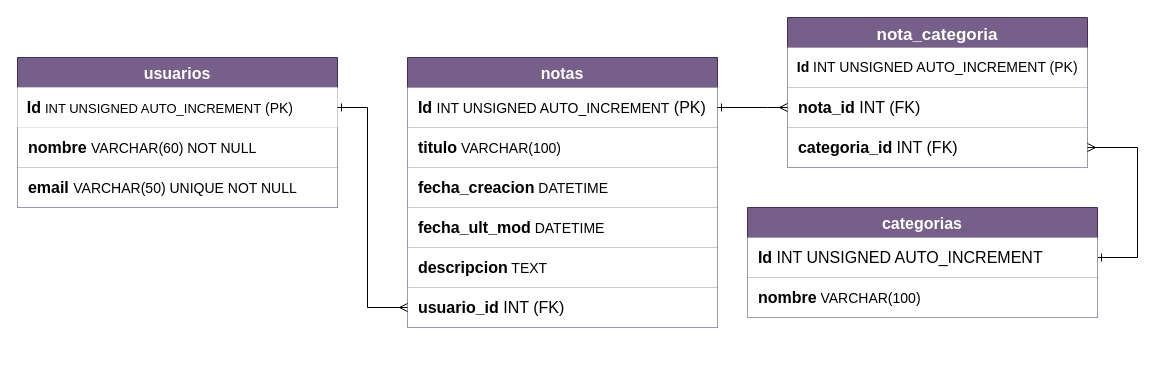
Above: notas_db.drawio in TatianaLeal1125/relationalDB (draw.io), before the change. Source tidied: cells renumbered, new cells numbered last; positions are measured from the earlier drawing's top-left corner, leaving out a move shared by most shapes. Both pictures are drawn from the tidied source at 100%, with x=0, y=0 at pixel (17, 17).
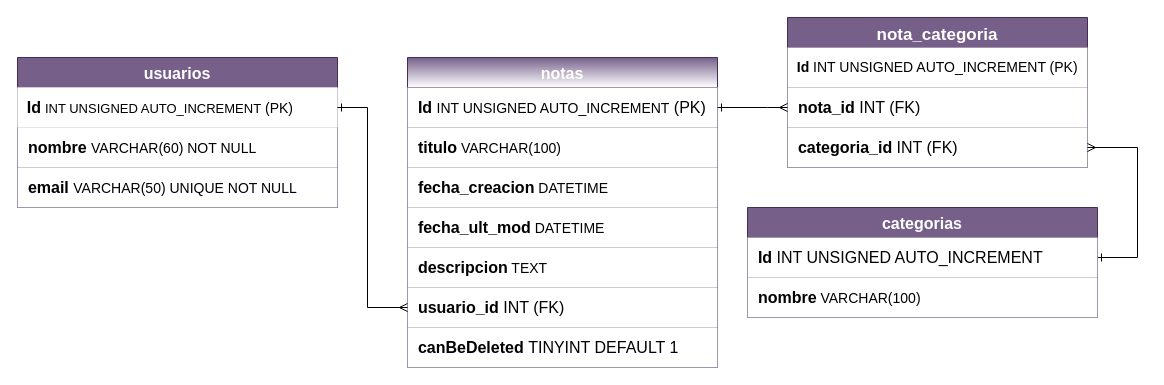
Above is the later version.

Change to the diagram source:
```diff
@@
-    <mxCell id="9" value="notas" style="shape=table;startSize=30;childLayout=tableLayout;fontSize=16;strokeColor=#432D57;fillColor=#76608a;align=center;fontStyle=1;fontColor=#ffffff;" parent="1" vertex="1">
-      <mxGeometry x="390" y="40" width="310" height="270" as="geometry" />
+    <mxCell id="9" value="notas" style="shape=table;startSize=30;childLayout=tableLayout;fontSize=16;strokeColor=#432D57;fillColor=#76608a;align=center;fontStyle=1;fontColor=#ffffff;gradientColor=#ffffff;" parent="1" vertex="1">
+      <mxGeometry x="390" y="40" width="310" height="310" as="geometry" />
     </mxCell>
@@
+    <mxCell id="37" style="shape=partialRectangle;fillColor=none;top=0;left=0;bottom=0;right=0;fontSize=16;fontColor=none;strokeColor=default;align=left;" parent="9" vertex="1">
+      <mxGeometry y="270" width="310" height="40" as="geometry" />
+    </mxCell>
+    <mxCell id="38" value="&amp;nbsp; &lt;b&gt;canBeDeleted &lt;/b&gt;TINYINT DEFAULT 1" style="shape=partialRectangle;html=1;whiteSpace=wrap;overflow=hidden;fillColor=default;top=0;left=0;bottom=0;right=0;fontSize=16;fontColor=none;strokeColor=default;align=left;" parent="37" vertex="1">
+      <mxGeometry width="310" height="40" as="geometry" />
+    </mxCell>
```
